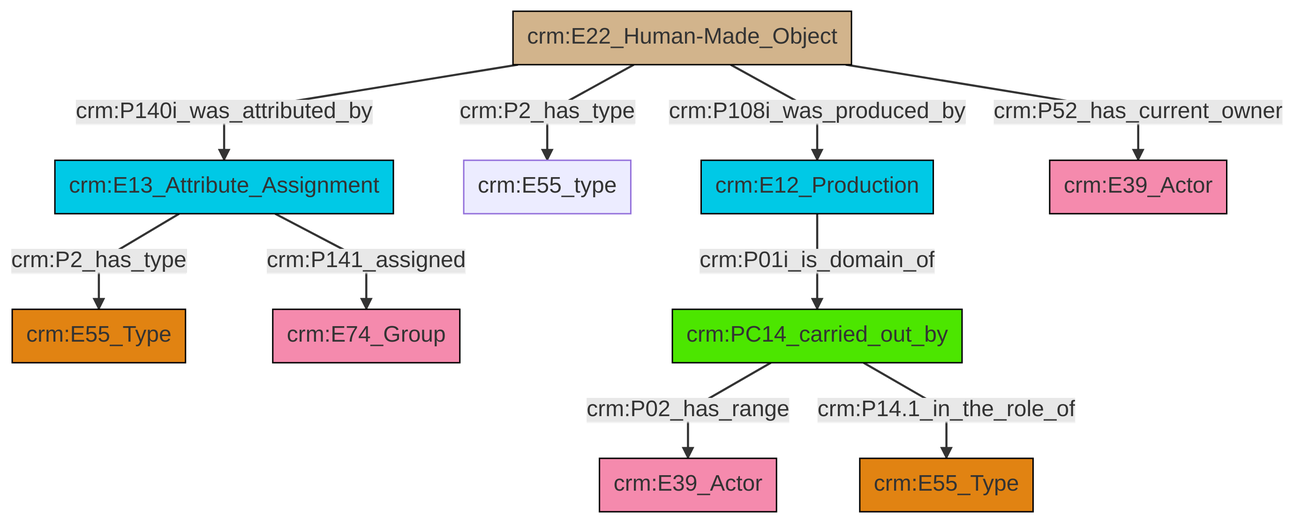
The Mermaid diagram et/builtWorkCSV/ttl/mmd/png/Built_Work_actor_relations.png in swiss-art-research-net/docs.swissartresearch, before a commit. Its source is kept beside it as et/builtWorkCSV/ttl/mmd/Built_Work_actor_relations.ttl.mmd.
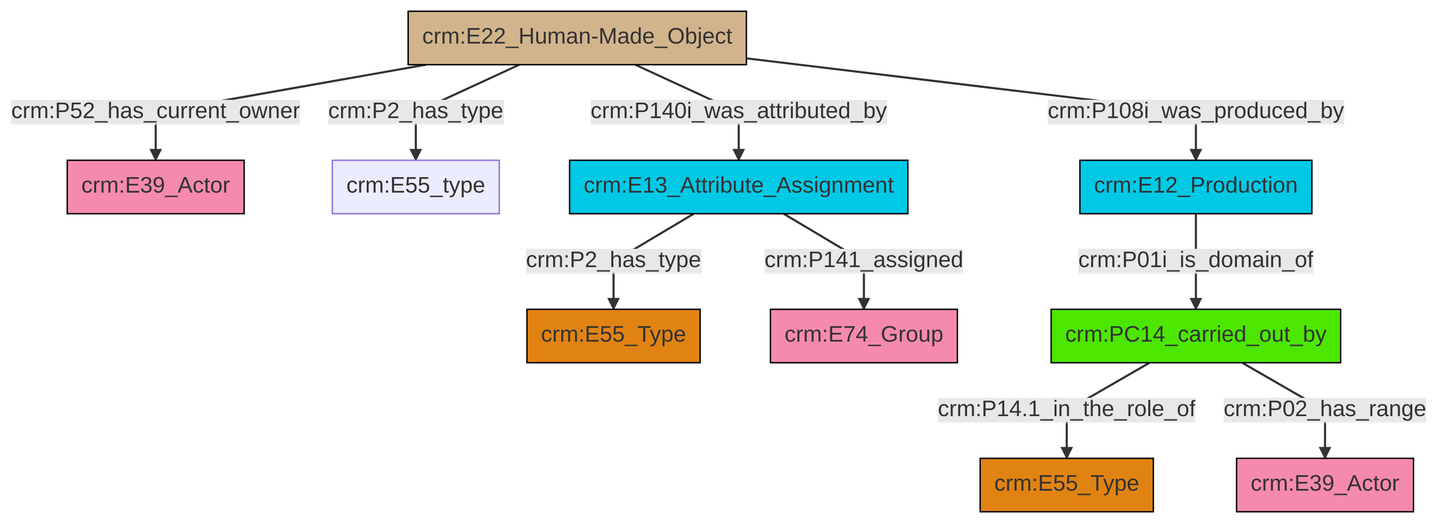
After the commit.

What changed in the source:
```diff
@@ -13,12 +13,12 @@
 classDef PC_Classes fill:#4ce600, stroke:#000000;
 classDef Multi fill:#cccccc,stroke:#000000;
 
-0["crm:E13_Attribute_Assignment"]:::Temporal_Entity -->|crm:P2_has_type| 1["crm:E55_Type"]:::Type
-0["crm:E13_Attribute_Assignment"]:::Temporal_Entity -->|crm:P141_assigned| 2["crm:E74_Group"]:::Actor
-6["crm:E22_Human-Made_Object"]:::Physical_Thing -->|crm:P2_has_type| 7["crm:E55_type"]:::Default
-3["crm:PC14_carried_out_by"]:::PC_Classes -->|crm:P02_has_range| 8["crm:E39_Actor"]:::Actor
-10["crm:E12_Production"]:::Temporal_Entity -->|crm:P01i_is_domain_of| 3["crm:PC14_carried_out_by"]:::PC_Classes
-3["crm:PC14_carried_out_by"]:::PC_Classes -->|crm:P14.1_in_the_role_of| 14["crm:E55_Type"]:::Type
-6["crm:E22_Human-Made_Object"]:::Physical_Thing -->|crm:P108i_was_produced_by| 10["crm:E12_Production"]:::Temporal_Entity
-6["crm:E22_Human-Made_Object"]:::Physical_Thing -->|crm:P140i_was_attributed_by| 0["crm:E13_Attribute_Assignment"]:::Temporal_Entity
-6["crm:E22_Human-Made_Object"]:::Physical_Thing -->|crm:P52_has_current_owner| 17["crm:E39_Actor"]:::Actor
+4["crm:E22_Human-Made_Object"]:::Physical_Thing -->|crm:P52_has_current_owner| 0["crm:E39_Actor"]:::Actor
+4["crm:E22_Human-Made_Object"]:::Physical_Thing -->|crm:P108i_was_produced_by| 9["crm:E12_Production"]:::Temporal_Entity
+15["crm:E13_Attribute_Assignment"]:::Temporal_Entity -->|crm:P2_has_type| 2["crm:E55_Type"]:::Type
+4["crm:E22_Human-Made_Object"]:::Physical_Thing -->|crm:P140i_was_attributed_by| 15["crm:E13_Attribute_Assignment"]:::Temporal_Entity
+9["crm:E12_Production"]:::Temporal_Entity -->|crm:P01i_is_domain_of| 10["crm:PC14_carried_out_by"]:::PC_Classes
+10["crm:PC14_carried_out_by"]:::PC_Classes -->|crm:P14.1_in_the_role_of| 17["crm:E55_Type"]:::Type
+4["crm:E22_Human-Made_Object"]:::Physical_Thing -->|crm:P2_has_type| 5["crm:E55_type"]:::Default
+10["crm:PC14_carried_out_by"]:::PC_Classes -->|crm:P02_has_range| 13["crm:E39_Actor"]:::Actor
+15["crm:E13_Attribute_Assignment"]:::Temporal_Entity -->|crm:P141_assigned| 7["crm:E74_Group"]:::Actor
```
